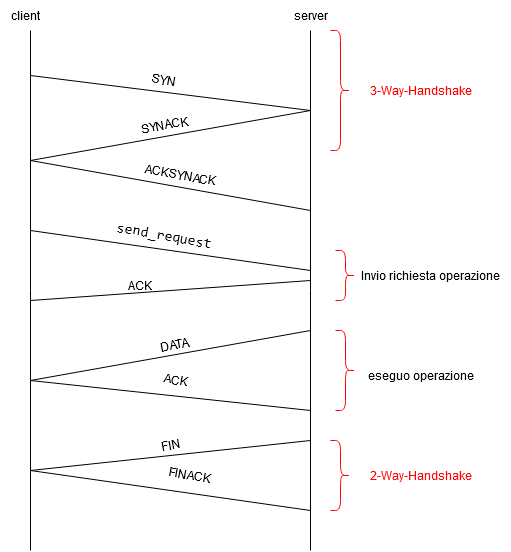
Above: documenti/funizonamento.png in sonMassimo1/UDP-GBN (draw.io), before the change. Source tidied: cells renumbered, new cells last; positions are measured from the earlier drawing's top-left corner, leaving out a move shared by most shapes.
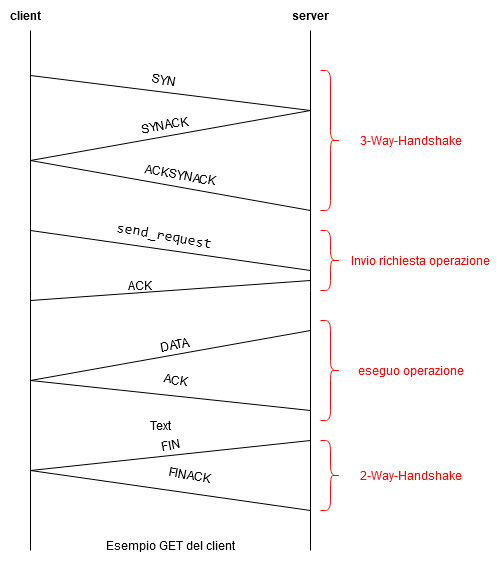
The same diagram one commit later.

Change to the diagram source:
```diff
@@ -41,16 +41,16 @@
     <mxCell id="9" value="ACKSYNACK" style="text;html=1;align=center;verticalAlign=middle;strokeColor=none;fillColor=none;rotation=10;" parent="1" vertex="1">
       <mxGeometry x="130" y="160" width="100" height="30" as="geometry" />
     </mxCell>
-    <mxCell id="10" style="shape=curlyBracket;whiteSpace=wrap;html=1;rounded=1;flipH=1;labelPosition=right;verticalLabelPosition=middle;align=left;verticalAlign=middle;fontColor=none;labelBackgroundColor=none;labelBorderColor=none;noLabel=1;strokeColor=#FF0000;" parent="1" vertex="1">
-      <mxGeometry x="330" y="30" width="20" height="120" as="geometry" />
+    <mxCell id="10" style="shape=curlyBracket;whiteSpace=wrap;html=1;rounded=1;flipH=1;labelPosition=right;verticalLabelPosition=middle;align=left;verticalAlign=middle;fontColor=none;labelBackgroundColor=none;labelBorderColor=none;noLabel=1;strokeColor=#FF0505;" parent="1" vertex="1">
+      <mxGeometry x="320" y="70" width="20" height="140" as="geometry" />
     </mxCell>
-    <mxCell id="11" value="3-Way-Handshake" style="text;html=1;align=center;verticalAlign=middle;strokeColor=none;fillColor=none;fontColor=#FF0000;" parent="1" vertex="1">
-      <mxGeometry x="360" y="75" width="120" height="30" as="geometry" />
+    <mxCell id="11" value="&lt;font color=&quot;#FF0505&quot;&gt;3-Way-Handshake&lt;/font&gt;" style="text;html=1;align=center;verticalAlign=middle;strokeColor=none;fillColor=none;fontColor=#FF0000;" parent="1" vertex="1">
+      <mxGeometry x="345" y="125" width="130" height="30" as="geometry" />
     </mxCell>
-    <mxCell id="12" value="client" style="text;html=1;align=center;verticalAlign=middle;strokeColor=none;fillColor=none;fontColor=none;" parent="1" vertex="1">
+    <mxCell id="12" value="&lt;b&gt;client&lt;/b&gt;" style="text;html=1;align=center;verticalAlign=middle;strokeColor=none;fillColor=none;fontColor=none;" parent="1" vertex="1">
       <mxGeometry width="50" height="30" as="geometry" />
     </mxCell>
-    <mxCell id="13" value="server" style="text;html=1;align=center;verticalAlign=middle;strokeColor=none;fillColor=none;fontColor=none;" parent="1" vertex="1">
+    <mxCell id="13" value="&lt;b&gt;server&lt;/b&gt;" style="text;html=1;align=center;verticalAlign=middle;strokeColor=none;fillColor=none;fontColor=none;" parent="1" vertex="1">
       <mxGeometry x="280" width="60" height="30" as="geometry" />
     </mxCell>
     <mxCell id="14" style="endArrow=none;html=1;rounded=0;fontColor=#070708;" parent="1" edge="1">
@@ -71,17 +71,17 @@
     <mxCell id="17" value="ACK" style="text;html=1;align=center;verticalAlign=middle;strokeColor=none;fillColor=none;" parent="1" vertex="1">
       <mxGeometry x="114" y="270" width="50" height="30" as="geometry" />
     </mxCell>
-    <mxCell id="18" style="shape=curlyBracket;whiteSpace=wrap;html=1;rounded=1;flipH=1;labelPosition=right;verticalLabelPosition=middle;align=left;verticalAlign=middle;fontColor=none;labelBackgroundColor=none;labelBorderColor=none;noLabel=1;strokeColor=#FF0000;" parent="1" vertex="1">
-      <mxGeometry x="335" y="250" width="20" height="50" as="geometry" />
+    <mxCell id="18" style="shape=curlyBracket;whiteSpace=wrap;html=1;rounded=1;flipH=1;labelPosition=right;verticalLabelPosition=middle;align=left;verticalAlign=middle;fontColor=none;labelBackgroundColor=none;labelBorderColor=none;noLabel=1;strokeColor=#FF0505;size=0.5;" parent="1" vertex="1">
+      <mxGeometry x="320" y="230" width="20" height="60" as="geometry" />
     </mxCell>
-    <mxCell id="19" value="Invio richiesta operazione" style="text;html=1;align=center;verticalAlign=middle;strokeColor=none;fillColor=none;" parent="1" vertex="1">
-      <mxGeometry x="350" y="260" width="160" height="30" as="geometry" />
+    <mxCell id="19" value="&lt;font color=&quot;#FF0505&quot;&gt;Invio richiesta operazione&lt;/font&gt;" style="text;html=1;align=center;verticalAlign=middle;strokeColor=none;fillColor=none;" parent="1" vertex="1">
+      <mxGeometry x="340" y="245" width="160" height="30" as="geometry" />
     </mxCell>
-    <mxCell id="20" style="shape=curlyBracket;whiteSpace=wrap;html=1;rounded=1;flipH=1;labelPosition=right;verticalLabelPosition=middle;align=left;verticalAlign=middle;fontColor=none;labelBackgroundColor=none;labelBorderColor=none;noLabel=1;strokeColor=#FF0000;" parent="1" vertex="1">
-      <mxGeometry x="335" y="330" width="20" height="80" as="geometry" />
+    <mxCell id="20" style="shape=curlyBracket;whiteSpace=wrap;html=1;rounded=1;flipH=1;labelPosition=right;verticalLabelPosition=middle;align=left;verticalAlign=middle;fontColor=none;labelBackgroundColor=none;labelBorderColor=none;noLabel=1;strokeColor=#FF0505;" parent="1" vertex="1">
+      <mxGeometry x="320" y="320" width="20" height="100" as="geometry" />
     </mxCell>
-    <mxCell id="21" value="eseguo operazione" style="text;html=1;align=center;verticalAlign=middle;strokeColor=none;fillColor=none;" parent="1" vertex="1">
-      <mxGeometry x="355" y="360" width="130" height="30" as="geometry" />
+    <mxCell id="21" value="&lt;font color=&quot;#FF0505&quot;&gt;eseguo operazione&lt;/font&gt;" style="text;html=1;align=center;verticalAlign=middle;strokeColor=none;fillColor=none;" parent="1" vertex="1">
+      <mxGeometry x="345" y="355" width="130" height="30" as="geometry" />
     </mxCell>
     <mxCell id="22" style="endArrow=none;html=1;rounded=0;" parent="1" edge="1">
       <mxGeometry relative="1" as="geometry">
@@ -119,11 +119,17 @@
     <mxCell id="29" value="ACK" style="text;html=1;align=center;verticalAlign=middle;strokeColor=none;fillColor=none;rotation=10;" parent="1" vertex="1">
       <mxGeometry x="150" y="365" width="50" height="30" as="geometry" />
     </mxCell>
-    <mxCell id="30" style="shape=curlyBracket;whiteSpace=wrap;html=1;rounded=1;flipH=1;labelPosition=right;verticalLabelPosition=middle;align=left;verticalAlign=middle;fontColor=none;labelBackgroundColor=none;labelBorderColor=none;noLabel=1;strokeColor=#FF0000;size=0.5;" parent="1" vertex="1">
-      <mxGeometry x="330" y="440" width="20" height="70" as="geometry" />
+    <mxCell id="30" style="shape=curlyBracket;whiteSpace=wrap;html=1;rounded=1;flipH=1;labelPosition=right;verticalLabelPosition=middle;align=left;verticalAlign=middle;fontColor=none;labelBackgroundColor=none;labelBorderColor=none;noLabel=1;strokeColor=#FF0505;size=0.5;" parent="1" vertex="1">
+      <mxGeometry x="320" y="440" width="20" height="70" as="geometry" />
     </mxCell>
     <mxCell id="31" value="&lt;font color=&quot;#FF0505&quot;&gt;2-Way-Handshake&lt;/font&gt;" style="text;html=1;align=center;verticalAlign=middle;strokeColor=none;fillColor=none;" parent="1" vertex="1">
-      <mxGeometry x="355" y="460" width="130" height="30" as="geometry" />
+      <mxGeometry x="345" y="460" width="130" height="30" as="geometry" />
     </mxCell>
+    <mxCell id="32" value="Text" style="text;html=1;strokeColor=none;fillColor=none;align=center;verticalAlign=middle;whiteSpace=wrap;rounded=0;" parent="1" vertex="1">
+      <mxGeometry x="130" y="410" width="60" height="30" as="geometry" />
+    </mxCell>
+    <mxCell id="33" value="Esempio GET del client" style="text;html=1;align=center;verticalAlign=middle;strokeColor=none;fillColor=none;" parent="1" vertex="1">
+      <mxGeometry x="95" y="530" width="150" height="30" as="geometry" />
+    </mxCell>
   </root>
 </mxGraphModel>
```
